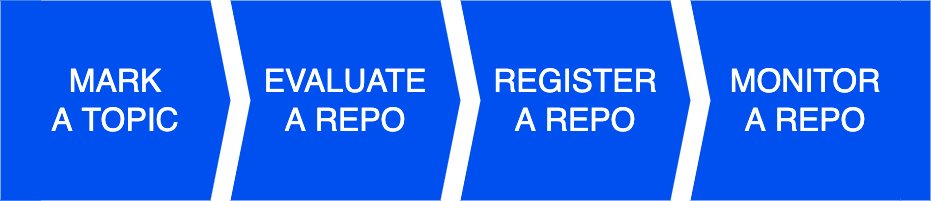
Before: docs/images/process.png, a diagram exported from draw.io (github-innersource/innersource-slides). Source tidied: cells renumbered, new cells last; positions are measured from the earlier drawing's top-left corner, leaving out a move shared by most shapes.
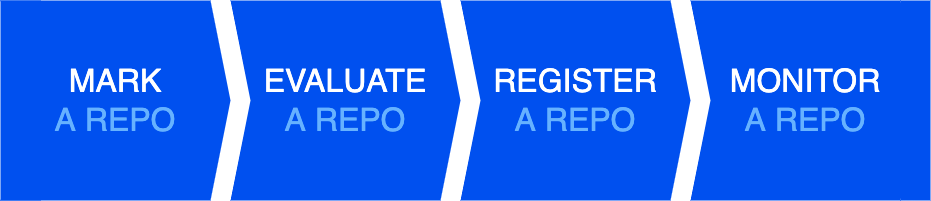
The same file after the commit.

Change to the diagram source:
```diff
@@ -2,16 +2,16 @@
   <root>
     <mxCell id="0" />
     <mxCell id="1" parent="0" />
-    <mxCell id="2" value="MARK&lt;br style=&quot;font-size: 32px&quot;&gt;A TOPIC" style="shape=step;perimeter=stepPerimeter;whiteSpace=wrap;html=1;fixedSize=1;fontSize=32;strokeWidth=1;fillColor=#0050ef;fontColor=#ffffff;strokeColor=none;" parent="1" vertex="1">
+    <mxCell id="2" value="MARK&lt;br style=&quot;font-size: 32px&quot;&gt;&lt;font color=&quot;#66b2ff&quot;&gt;A REPO&lt;/font&gt;" style="shape=step;perimeter=stepPerimeter;whiteSpace=wrap;html=1;fixedSize=1;fontSize=32;strokeWidth=1;fillColor=#0050ef;fontColor=#ffffff;strokeColor=none;" parent="1" vertex="1">
       <mxGeometry width="230" height="200" as="geometry" />
     </mxCell>
-    <mxCell id="3" value="EVALUATE&lt;br style=&quot;font-size: 32px&quot;&gt;A REPO" style="shape=step;perimeter=stepPerimeter;whiteSpace=wrap;html=1;fixedSize=1;fontSize=32;strokeWidth=1;fillColor=#0050ef;fontColor=#ffffff;strokeColor=none;" parent="1" vertex="1">
+    <mxCell id="3" value="EVALUATE&lt;br style=&quot;font-size: 32px&quot;&gt;&lt;font color=&quot;#66b2ff&quot;&gt;A REPO&lt;/font&gt;" style="shape=step;perimeter=stepPerimeter;whiteSpace=wrap;html=1;fixedSize=1;fontSize=32;strokeWidth=1;fillColor=#0050ef;fontColor=#ffffff;strokeColor=none;" parent="1" vertex="1">
       <mxGeometry x="230" width="230" height="200" as="geometry" />
     </mxCell>
-    <mxCell id="4" value="REGISTER&lt;br style=&quot;font-size: 32px&quot;&gt;A REPO" style="shape=step;perimeter=stepPerimeter;whiteSpace=wrap;html=1;fixedSize=1;fontSize=32;strokeWidth=1;fillColor=#0050ef;fontColor=#ffffff;strokeColor=none;" parent="1" vertex="1">
+    <mxCell id="4" value="REGISTER&lt;br style=&quot;font-size: 32px&quot;&gt;&lt;font color=&quot;#66b2ff&quot;&gt;A REPO&lt;/font&gt;" style="shape=step;perimeter=stepPerimeter;whiteSpace=wrap;html=1;fixedSize=1;fontSize=32;strokeWidth=1;fillColor=#0050ef;fontColor=#ffffff;strokeColor=none;" parent="1" vertex="1">
       <mxGeometry x="460" width="230" height="200" as="geometry" />
     </mxCell>
-    <mxCell id="5" value="MONITOR&lt;br style=&quot;font-size: 32px&quot;&gt;A REPO" style="shape=step;perimeter=stepPerimeter;whiteSpace=wrap;html=1;fixedSize=1;fontSize=32;strokeWidth=1;fillColor=#0050ef;fontColor=#ffffff;strokeColor=none;" parent="1" vertex="1">
+    <mxCell id="5" value="MONITOR&lt;br style=&quot;font-size: 32px&quot;&gt;&lt;font color=&quot;#66b2ff&quot;&gt;A REPO&lt;/font&gt;" style="shape=step;perimeter=stepPerimeter;whiteSpace=wrap;html=1;fixedSize=1;fontSize=32;strokeWidth=1;fillColor=#0050ef;fontColor=#ffffff;strokeColor=none;" parent="1" vertex="1">
       <mxGeometry x="690" width="230" height="200" as="geometry" />
     </mxCell>
     <mxCell id="6" style="rounded=0;whiteSpace=wrap;html=1;fontSize=32;strokeWidth=1;fillColor=#0050ef;fontColor=#ffffff;strokeColor=none;" parent="1" vertex="1">
```
